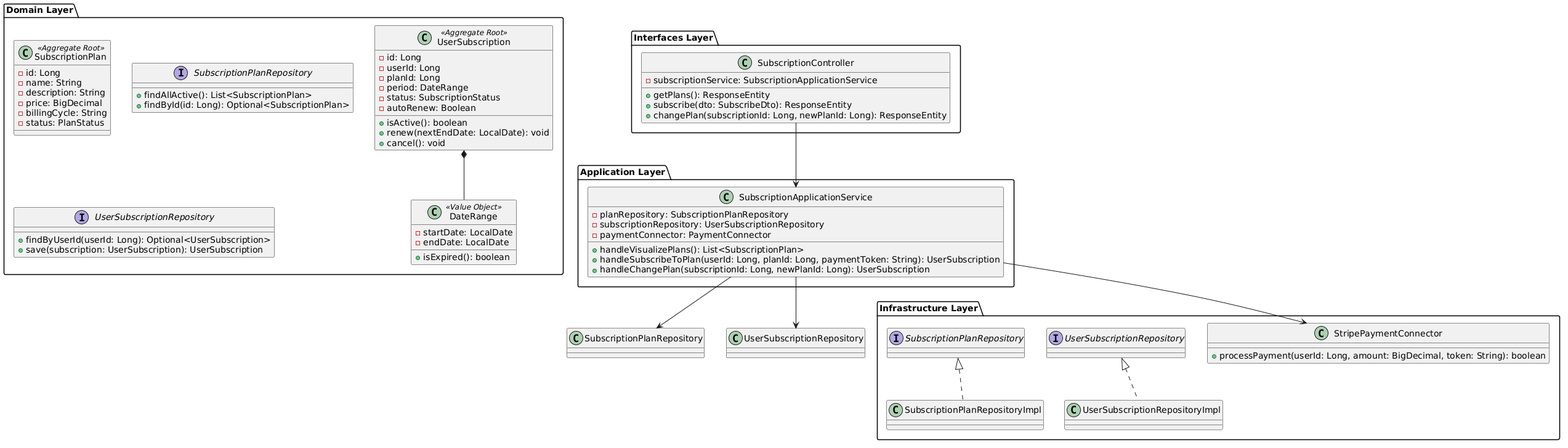
Above: assets/md-images-chapter4/class-diagram-subscription-bounded-context.png in upc-pre-202620-1asi0729-7750-cleancode/maquigest-report (PlantUML), before the change.
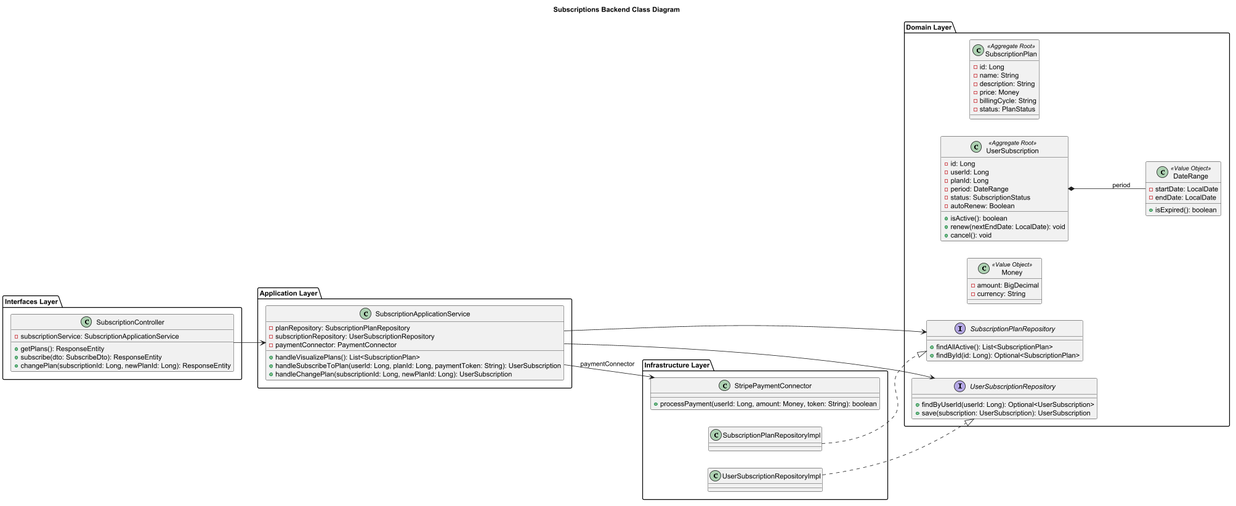
Later version of the same file.

Commit message:
docs: update subscriptions class diagram

What changed in the source:
```diff
@@ -1,74 +1,91 @@
 @startuml
+title Subscriptions Backend Class Diagram
+
+left to right direction
+skinparam classAttributeIconSize 10
+
 package "Interfaces Layer" {
-    class SubscriptionController {
-        - subscriptionService: SubscriptionApplicationService
-        + getPlans(): ResponseEntity
-        + subscribe(dto: SubscribeDto): ResponseEntity
-        + changePlan(subscriptionId: Long, newPlanId: Long): ResponseEntity
-    }
+  class SubscriptionController {
+    - subscriptionService: SubscriptionApplicationService
+    + getPlans(): ResponseEntity
+    + subscribe(dto: SubscribeDto): ResponseEntity
+    + changePlan(subscriptionId: Long, newPlanId: Long): ResponseEntity
+  }
 }
 
 package "Application Layer" {
-    class SubscriptionApplicationService {
-        - planRepository: SubscriptionPlanRepository
-        - subscriptionRepository: UserSubscriptionRepository
-        - paymentConnector: PaymentConnector
-        + handleVisualizePlans(): List<SubscriptionPlan>
-        + handleSubscribeToPlan(userId: Long, planId: Long, paymentToken: String): UserSubscription
-        + handleChangePlan(subscriptionId: Long, newPlanId: Long): UserSubscription
-    }
+  class SubscriptionApplicationService {
+    - planRepository: SubscriptionPlanRepository
+    - subscriptionRepository: UserSubscriptionRepository
+    - paymentConnector: PaymentConnector
+    + handleVisualizePlans(): List<SubscriptionPlan>
+    + handleSubscribeToPlan(userId: Long, planId: Long, paymentToken: String): UserSubscription
+    + handleChangePlan(subscriptionId: Long, newPlanId: Long): UserSubscription
+  }
 }
 
 package "Domain Layer" {
-    class SubscriptionPlan <<Aggregate Root>> {
-        - id: Long
-        - name: String
-        - description: String
-        - price: BigDecimal
-        - billingCycle: String
-        - status: PlanStatus
-    }
+  class SubscriptionPlan <<Aggregate Root>> {
+    - id: Long
+    - name: String
+    - description: String
+    - price: Money
+    - billingCycle: String
+    - status: PlanStatus
+  }
 
-    class UserSubscription <<Aggregate Root>> {
-        - id: Long
-        - userId: Long
-        - planId: Long
-        - period: DateRange
-        - status: SubscriptionStatus
-        - autoRenew: Boolean
-        + isActive(): boolean
-        + renew(nextEndDate: LocalDate): void
-        + cancel(): void
-    }
+  class UserSubscription <<Aggregate Root>> {
+    - id: Long
+    - userId: Long
+    - planId: Long
+    - period: DateRange
+    - status: SubscriptionStatus
+    - autoRenew: Boolean
+    + isActive(): boolean
+    + renew(nextEndDate: LocalDate): void
+    + cancel(): void
+  }
 
-    class DateRange <<Value Object>> {
-        - startDate: LocalDate
-        - endDate: LocalDate
-        + isExpired(): boolean
-    }
+  class Money <<Value Object>> {
+    - amount: BigDecimal
+    - currency: String
+  }
 
-    interface SubscriptionPlanRepository {
-        + findAllActive(): List<SubscriptionPlan>
-        + findById(id: Long): Optional<SubscriptionPlan>
-    }
+  class DateRange <<Value Object>> {
+    - startDate: LocalDate
+    - endDate: LocalDate
+    + isExpired(): boolean
+  }
 
-    interface UserSubscriptionRepository {
-        + findByUserId(userId: Long): Optional<UserSubscription>
-        + save(subscription: UserSubscription): UserSubscription
-    }
+  interface SubscriptionPlanRepository {
+    + findAllActive(): List<SubscriptionPlan>
+    + findById(id: Long): Optional<SubscriptionPlan>
+  }
+
+  interface UserSubscriptionRepository {
+    + findByUserId(userId: Long): Optional<UserSubscription>
+    + save(subscription: UserSubscription): UserSubscription
+  }
 }
 
 package "Infrastructure Layer" {
-    class SubscriptionPlanRepositoryImpl implements SubscriptionPlanRepository
-    class UserSubscriptionRepositoryImpl implements UserSubscriptionRepository
-    class StripePaymentConnector {
-        + processPayment(userId: Long, amount: BigDecimal, token: String): boolean
-    }
+  class StripePaymentConnector {
+    + processPayment(userId: Long, amount: Money, token: String): boolean
+  }
+
+  class SubscriptionPlanRepositoryImpl
+  class UserSubscriptionRepositoryImpl
 }
 
 SubscriptionController --> SubscriptionApplicationService
+
 SubscriptionApplicationService --> SubscriptionPlanRepository
 SubscriptionApplicationService --> UserSubscriptionRepository
-SubscriptionApplicationService --> StripePaymentConnector
-UserSubscription *-- DateRange
+SubscriptionApplicationService --> StripePaymentConnector : paymentConnector
+
+SubscriptionPlanRepositoryImpl ..|> SubscriptionPlanRepository
+UserSubscriptionRepositoryImpl ..|> UserSubscriptionRepository
+
+UserSubscription *-- DateRange : period
+
 @enduml
```
